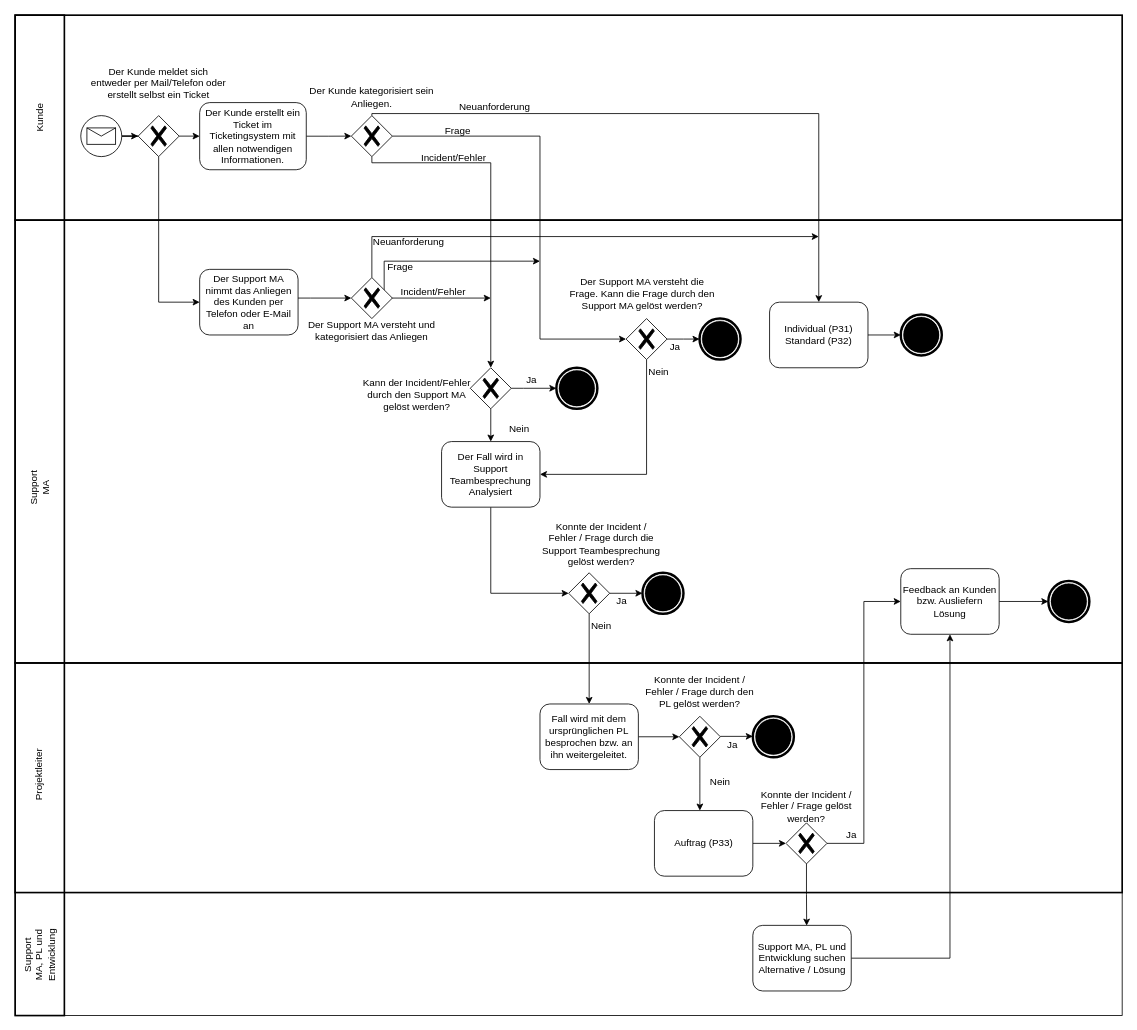
Before: Diagramme/bpmn_soll.drawio in Mario-Soller/M254, a draw.io diagram. Source tidied: cells renumbered, new cells numbered last; positions are measured from the earlier drawing's top-left corner, leaving out a move shared by most shapes. Both pictures are drawn from the tidied source at 82%, with x=0, y=0 at pixel (15, 15).
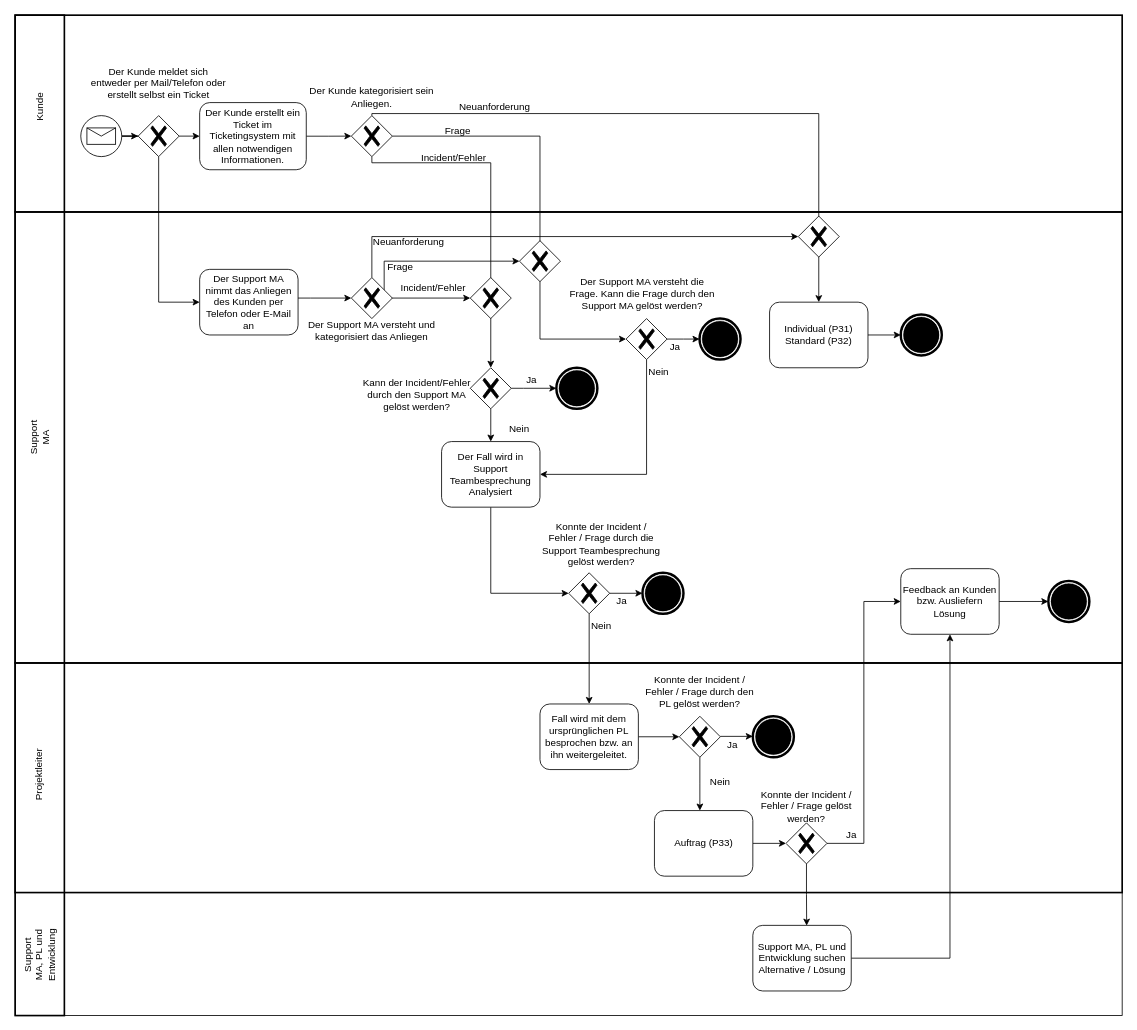
The same diagram, later.

The change refers to these unchanged cells:
```xml
<mxCell id="78" style="points=[[0.25,0.25,0],[0.5,0,0],[0.75,0.25,0],[1,0.5,0],[0.75,0.75,0],[0.5,1,0],[0.25,0.75,0],[0,0.5,0]];shape=mxgraph.bpmn.gateway2;html=1;verticalLabelPosition=bottom;labelBackgroundColor=#ffffff;verticalAlign=top;align=center;perimeter=rhombusPerimeter;outlineConnect=0;outline=none;symbol=none;gwType=exclusive;" parent="1" vertex="1">
  <mxGeometry x="410" y="320" width="50" height="50" as="geometry" />
</mxCell>
```

The edit, as a diff of the source:
```diff
@@
     <mxCell id="2" style="rounded=0;whiteSpace=wrap;html=1;fillColor=none;strokeWidth=2;" parent="1" vertex="1">
-      <mxGeometry width="1350" height="250" as="geometry" />
+      <mxGeometry width="1350" height="240" as="geometry" />
     </mxCell>
@@
     <mxCell id="5" style="rounded=0;whiteSpace=wrap;html=1;fillColor=none;strokeWidth=2;" parent="1" vertex="1">
-      <mxGeometry y="250" width="1350" height="540" as="geometry" />
+      <mxGeometry y="240" width="1350" height="550" as="geometry" />
     </mxCell>
@@
     <mxCell id="59" value="Support MA" style="text;html=1;strokeColor=none;fillColor=none;align=center;verticalAlign=middle;whiteSpace=wrap;rounded=0;direction=east;rotation=270;" parent="1" vertex="1">
-      <mxGeometry y="561.2" width="60" height="30" as="geometry" />
+      <mxGeometry y="500" width="60" height="30" as="geometry" />
     </mxCell>
@@
     <mxCell id="62" value="Kunde" style="text;html=1;strokeColor=none;fillColor=none;align=center;verticalAlign=middle;whiteSpace=wrap;rounded=0;direction=east;rotation=270;" parent="1" vertex="1">
-      <mxGeometry y="110" width="60" height="30" as="geometry" />
+      <mxGeometry y="96.9" width="60" height="30" as="geometry" />
     </mxCell>
@@
-    <mxCell id="75" style="edgeStyle=orthogonalEdgeStyle;rounded=0;jettySize=auto;html=1;exitX=0.5;exitY=0;exitDx=0;exitDy=0;exitPerimeter=0;" parent="1" edge="1" source="78">
+    <mxCell id="75" style="edgeStyle=orthogonalEdgeStyle;rounded=0;jettySize=auto;html=1;exitX=0.5;exitY=0;exitDx=0;exitDy=0;exitPerimeter=0;entryX=0;entryY=0.5;entryDx=0;entryDy=0;entryPerimeter=0;" parent="1" edge="1" source="78" target="88">
       <mxGeometry relative="1" as="geometry">
-        <mxPoint x="980" y="270" as="targetPoint" />
         <Array as="points">
           <mxPoint x="435" y="270" />
-          <mxPoint x="980" y="270" />
         </Array>
       </mxGeometry>
     </mxCell>
-    <mxCell id="76" style="edgeStyle=orthogonalEdgeStyle;rounded=0;jettySize=auto;html=1;exitX=1;exitY=0.5;exitDx=0;exitDy=0;exitPerimeter=0;" parent="1" edge="1" source="78">
+    <mxCell id="76" style="edgeStyle=orthogonalEdgeStyle;rounded=0;jettySize=auto;html=1;exitX=1;exitY=0.5;exitDx=0;exitDy=0;exitPerimeter=0;entryX=0;entryY=0.5;entryDx=0;entryDy=0;entryPerimeter=0;" parent="1" edge="1" source="78" target="87">
       <mxGeometry relative="1" as="geometry">
-        <mxPoint x="640" y="300" as="targetPoint" />
         <Array as="points">
           <mxPoint x="450" y="345" />
           <mxPoint x="450" y="300" />
-          <mxPoint x="640" y="300" />
         </Array>
       </mxGeometry>
     </mxCell>
-    <mxCell id="77" style="edgeStyle=orthogonalEdgeStyle;rounded=0;jettySize=auto;html=1;" parent="1" edge="1" source="78">
-      <mxGeometry relative="1" as="geometry">
-        <mxPoint x="580" y="345" as="targetPoint" />
-      </mxGeometry>
+    <mxCell id="77" style="edgeStyle=orthogonalEdgeStyle;rounded=0;jettySize=auto;html=1;entryX=0;entryY=0.5;entryDx=0;entryDy=0;entryPerimeter=0;" parent="1" edge="1" source="78" target="86">
+      <mxGeometry relative="1" as="geometry" />
     </mxCell>
@@
     <mxCell id="81" value="Incident/Fehler" style="text;html=1;strokeColor=none;fillColor=none;align=center;verticalAlign=middle;whiteSpace=wrap;rounded=0;rotation=0;" parent="1" vertex="1">
-      <mxGeometry x="460" y="320" width="100" height="35" as="geometry" />
+      <mxGeometry x="460" y="315" width="100" height="35" as="geometry" />
     </mxCell>
@@
+    <mxCell id="86" style="points=[[0.25,0.25,0],[0.5,0,0],[0.75,0.25,0],[1,0.5,0],[0.75,0.75,0],[0.5,1,0],[0.25,0.75,0],[0,0.5,0]];shape=mxgraph.bpmn.gateway2;html=1;verticalLabelPosition=bottom;labelBackgroundColor=#ffffff;verticalAlign=top;align=center;perimeter=rhombusPerimeter;outlineConnect=0;outline=none;symbol=none;gwType=exclusive;" parent="1" vertex="1">
+      <mxGeometry x="555" y="320" width="50" height="50" as="geometry" />
+    </mxCell>
+    <mxCell id="87" style="points=[[0.25,0.25,0],[0.5,0,0],[0.75,0.25,0],[1,0.5,0],[0.75,0.75,0],[0.5,1,0],[0.25,0.75,0],[0,0.5,0]];shape=mxgraph.bpmn.gateway2;html=1;verticalLabelPosition=bottom;labelBackgroundColor=#ffffff;verticalAlign=top;align=center;perimeter=rhombusPerimeter;outlineConnect=0;outline=none;symbol=none;gwType=exclusive;" parent="1" vertex="1">
+      <mxGeometry x="615" y="275" width="50" height="50" as="geometry" />
+    </mxCell>
+    <mxCell id="88" style="points=[[0.25,0.25,0],[0.5,0,0],[0.75,0.25,0],[1,0.5,0],[0.75,0.75,0],[0.5,1,0],[0.25,0.75,0],[0,0.5,0]];shape=mxgraph.bpmn.gateway2;html=1;verticalLabelPosition=bottom;labelBackgroundColor=#ffffff;verticalAlign=top;align=center;perimeter=rhombusPerimeter;outlineConnect=0;outline=none;symbol=none;gwType=exclusive;" parent="1" vertex="1">
+      <mxGeometry x="955" y="245" width="50" height="50" as="geometry" />
+    </mxCell>
```
